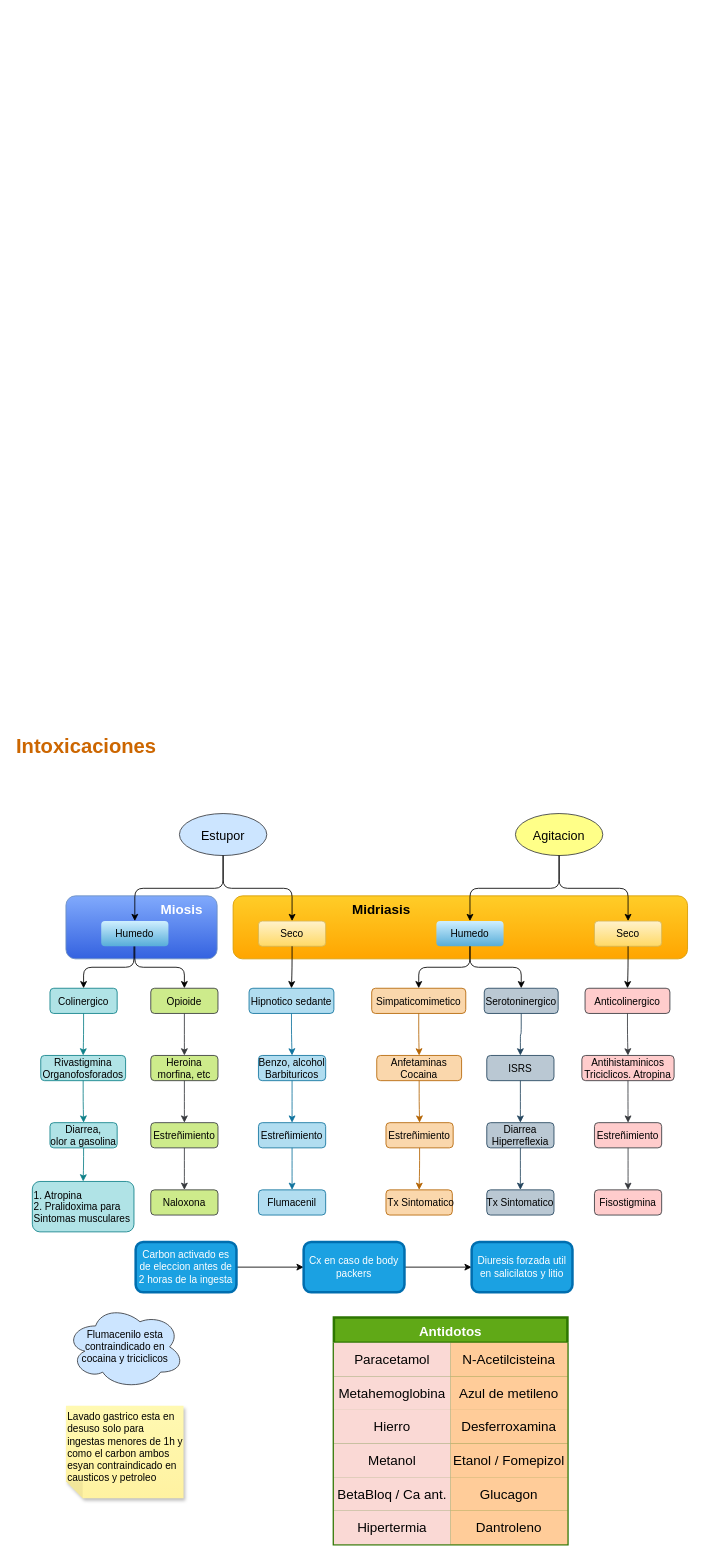
The draw.io diagram Untitled Diagram.drawio in Santicabal/Apuntes, before the edit. Source tidied: cells renumbered, new cells numbered last; positions are measured from the earlier drawing's top-left corner, leaving out a move shared by most shapes. Both pictures are drawn from the tidied source at 84%, with x=0, y=0 at pixel (14, 729).
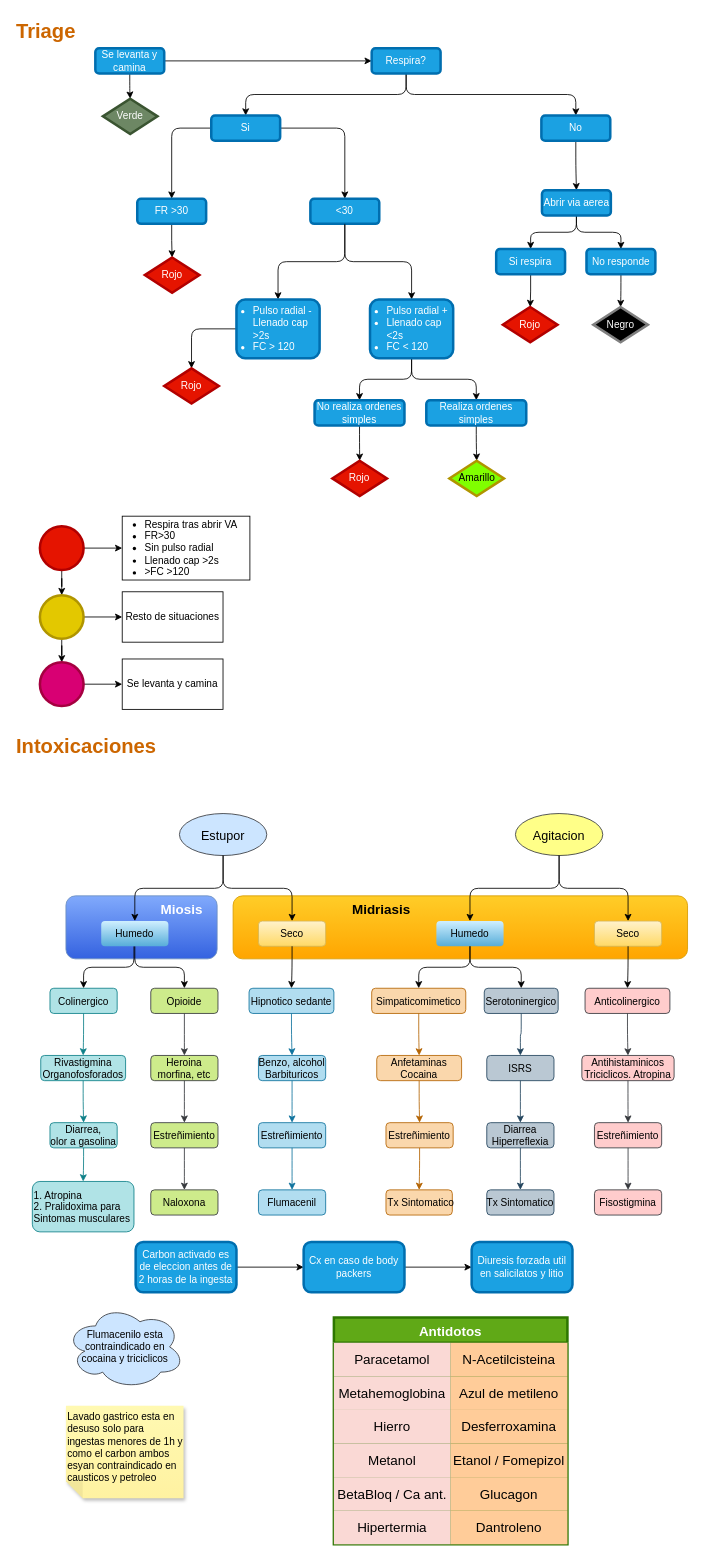
The same page after the edit.

The edit, as a diff of the source:
```diff
@@
+    <mxCell id="90" value="Triage" style="text;strokeColor=none;fillColor=none;html=1;fontSize=24;fontStyle=1;verticalAlign=middle;align=left;fontColor=#CC6600;" parent="1" vertex="1">
+      <mxGeometry y="-851" width="180" height="40" as="geometry" />
+    </mxCell>
+    <mxCell id="91" style="edgeStyle=orthogonalEdgeStyle;rounded=1;jettySize=auto;html=1;" parent="1" edge="1" source="93" target="96">
+      <mxGeometry relative="1" as="geometry" />
+    </mxCell>
+    <mxCell id="92" style="edgeStyle=orthogonalEdgeStyle;rounded=1;jettySize=auto;html=1;" parent="1" edge="1" source="93" target="116">
+      <mxGeometry relative="1" as="geometry" />
+    </mxCell>
+    <mxCell id="93" value="Se levanta y camina" style="rounded=1;whiteSpace=wrap;html=1;fillColor=#1ba1e2;fontColor=#ffffff;strokeColor=#006EAF;strokeWidth=3;" parent="1" vertex="1">
+      <mxGeometry x="96" y="-811" width="82" height="30" as="geometry" />
+    </mxCell>
+    <mxCell id="94" style="edgeStyle=orthogonalEdgeStyle;rounded=1;jettySize=auto;html=1;exitX=0.5;exitY=1;exitDx=0;exitDy=0;" parent="1" edge="1" source="96" target="99">
+      <mxGeometry relative="1" as="geometry" />
+    </mxCell>
+    <mxCell id="95" style="edgeStyle=orthogonalEdgeStyle;rounded=1;jettySize=auto;html=1;exitX=0.5;exitY=1;exitDx=0;exitDy=0;" parent="1" edge="1" source="96" target="101">
+      <mxGeometry relative="1" as="geometry" />
+    </mxCell>
+    <mxCell id="96" value="Respira?" style="rounded=1;whiteSpace=wrap;html=1;fillColor=#1ba1e2;fontColor=#ffffff;strokeColor=#006EAF;strokeWidth=3;" parent="1" vertex="1">
+      <mxGeometry x="425" y="-811" width="82" height="30" as="geometry" />
+    </mxCell>
+    <mxCell id="97" style="edgeStyle=orthogonalEdgeStyle;rounded=1;jettySize=auto;html=1;" parent="1" edge="1" source="99" target="103">
+      <mxGeometry relative="1" as="geometry" />
+    </mxCell>
+    <mxCell id="98" style="edgeStyle=orthogonalEdgeStyle;rounded=1;jettySize=auto;html=1;" parent="1" edge="1" source="99" target="105">
+      <mxGeometry relative="1" as="geometry" />
+    </mxCell>
+    <mxCell id="99" value="Si" style="rounded=1;whiteSpace=wrap;html=1;fillColor=#1ba1e2;fontColor=#ffffff;strokeColor=#006EAF;strokeWidth=3;" parent="1" vertex="1">
+      <mxGeometry x="234" y="-731" width="82" height="30" as="geometry" />
+    </mxCell>
+    <mxCell id="100" style="edgeStyle=orthogonalEdgeStyle;rounded=1;jettySize=auto;html=1;exitX=0.5;exitY=1;exitDx=0;exitDy=0;" parent="1" edge="1" source="101" target="108">
+      <mxGeometry relative="1" as="geometry" />
+    </mxCell>
+    <mxCell id="101" value="No" style="rounded=1;whiteSpace=wrap;html=1;fillColor=#1ba1e2;fontColor=#ffffff;strokeColor=#006EAF;strokeWidth=3;" parent="1" vertex="1">
+      <mxGeometry x="627" y="-731" width="82" height="30" as="geometry" />
+    </mxCell>
+    <mxCell id="102" style="edgeStyle=orthogonalEdgeStyle;rounded=0;jettySize=auto;html=1;" parent="1" edge="1" source="103" target="115">
+      <mxGeometry relative="1" as="geometry" />
+    </mxCell>
+    <mxCell id="103" value="FR &amp;gt;30" style="rounded=1;whiteSpace=wrap;html=1;fillColor=#1ba1e2;strokeColor=#006EAF;fontColor=#ffffff;strokeWidth=3;" parent="1" vertex="1">
+      <mxGeometry x="145.9" y="-632" width="82" height="30" as="geometry" />
+    </mxCell>
+    <mxCell id="104" style="edgeStyle=orthogonalEdgeStyle;rounded=1;jettySize=auto;html=1;" parent="1" edge="1" source="105" target="120">
+      <mxGeometry relative="1" as="geometry" />
+    </mxCell>
+    <mxCell id="105" value="&amp;lt;30" style="rounded=1;whiteSpace=wrap;html=1;fillColor=#1ba1e2;fontColor=#ffffff;strokeColor=#006EAF;strokeWidth=3;" parent="1" vertex="1">
+      <mxGeometry x="352" y="-632" width="82" height="30" as="geometry" />
+    </mxCell>
+    <mxCell id="106" style="edgeStyle=orthogonalEdgeStyle;rounded=1;jettySize=auto;html=1;" parent="1" edge="1" source="108" target="110">
+      <mxGeometry relative="1" as="geometry" />
+    </mxCell>
+    <mxCell id="107" style="edgeStyle=orthogonalEdgeStyle;rounded=1;jettySize=auto;html=1;" parent="1" edge="1" source="108" target="112">
+      <mxGeometry relative="1" as="geometry" />
+    </mxCell>
+    <mxCell id="108" value="Abrir via aerea" style="rounded=1;whiteSpace=wrap;html=1;fillColor=#1ba1e2;fontColor=#ffffff;strokeColor=#006EAF;strokeWidth=3;" parent="1" vertex="1">
+      <mxGeometry x="627.7" y="-642" width="82" height="30" as="geometry" />
+    </mxCell>
+    <mxCell id="109" style="edgeStyle=orthogonalEdgeStyle;rounded=0;jettySize=auto;html=1;entryX=0.5;entryY=0;entryDx=0;entryDy=0;" parent="1" edge="1" source="110" target="114">
+      <mxGeometry relative="1" as="geometry" />
+    </mxCell>
+    <mxCell id="110" value="Si respira" style="rounded=1;whiteSpace=wrap;html=1;fillColor=#1ba1e2;fontColor=#ffffff;strokeColor=#006EAF;strokeWidth=3;" parent="1" vertex="1">
+      <mxGeometry x="573.2" y="-572" width="82" height="30" as="geometry" />
+    </mxCell>
+    <mxCell id="111" style="edgeStyle=orthogonalEdgeStyle;rounded=1;jettySize=auto;html=1;" parent="1" edge="1" source="112" target="113">
+      <mxGeometry relative="1" as="geometry" />
+    </mxCell>
+    <mxCell id="112" value="No responde" style="rounded=1;whiteSpace=wrap;html=1;fillColor=#1ba1e2;fontColor=#ffffff;strokeColor=#006EAF;strokeWidth=3;" parent="1" vertex="1">
+      <mxGeometry x="680.7" y="-572" width="82" height="30" as="geometry" />
+    </mxCell>
+    <mxCell id="113" value="Negro" style="rounded=0;whiteSpace=wrap;html=1;shape=rhombus;perimeter=rhombusPerimeter;fillColor=#000000;fontColor=#FFFFFF;strokeColor=#808080;strokeWidth=3;" parent="1" vertex="1">
+      <mxGeometry x="688.8" y="-503" width="65" height="42" as="geometry" />
+    </mxCell>
+    <mxCell id="114" value="Rojo" style="rounded=0;whiteSpace=wrap;html=1;shape=rhombus;perimeter=rhombusPerimeter;fillColor=#e51400;fontColor=#ffffff;strokeColor=#B20000;strokeWidth=3;" parent="1" vertex="1">
+      <mxGeometry x="581.2" y="-503" width="65" height="42" as="geometry" />
+    </mxCell>
+    <mxCell id="115" value="Rojo" style="rounded=0;whiteSpace=wrap;html=1;shape=rhombus;perimeter=rhombusPerimeter;fillColor=#e51400;fontColor=#ffffff;strokeColor=#B20000;strokeWidth=3;" parent="1" vertex="1">
+      <mxGeometry x="154.9" y="-562" width="65" height="42" as="geometry" />
+    </mxCell>
+    <mxCell id="116" value="Verde" style="rounded=0;whiteSpace=wrap;html=1;shape=rhombus;perimeter=rhombusPerimeter;fillColor=#6d8764;fontColor=#ffffff;strokeColor=#3A5431;strokeWidth=3;" parent="1" vertex="1">
+      <mxGeometry x="105" y="-751" width="65" height="42" as="geometry" />
+    </mxCell>
+    <mxCell id="117" style="edgeStyle=orthogonalEdgeStyle;rounded=1;jettySize=auto;html=1;exitX=0.5;exitY=1;exitDx=0;exitDy=0;" parent="1" edge="1" source="105" target="122">
+      <mxGeometry relative="1" as="geometry" />
+    </mxCell>
+    <mxCell id="118" style="edgeStyle=orthogonalEdgeStyle;rounded=1;jettySize=auto;html=1;entryX=0.5;entryY=0;entryDx=0;entryDy=0;" parent="1" edge="1" source="120" target="125">
+      <mxGeometry relative="1" as="geometry" />
+    </mxCell>
+    <mxCell id="119" style="edgeStyle=orthogonalEdgeStyle;rounded=1;jettySize=auto;html=1;entryX=0.5;entryY=0;entryDx=0;entryDy=0;" parent="1" edge="1" source="120" target="128">
+      <mxGeometry relative="1" as="geometry" />
+    </mxCell>
+    <mxCell id="120" value="&lt;ul&gt;&lt;li&gt;Pulso radial +&lt;/li&gt;&lt;li&gt;Llenado cap &amp;lt;2s&lt;/li&gt;&lt;li&gt;FC &amp;lt; 120&lt;/li&gt;&lt;/ul&gt;" style="rounded=1;whiteSpace=wrap;html=1;align=left;spacingLeft=-22;fillColor=#1ba1e2;fontColor=#ffffff;strokeColor=#006EAF;strokeWidth=3;" parent="1" vertex="1">
+      <mxGeometry x="423" y="-512" width="99" height="70" as="geometry" />
+    </mxCell>
+    <mxCell id="121" style="edgeStyle=orthogonalEdgeStyle;rounded=1;jettySize=auto;html=1;" parent="1" edge="1" source="122" target="123">
+      <mxGeometry relative="1" as="geometry" />
+    </mxCell>
+    <mxCell id="122" value="&lt;ul&gt;&lt;li&gt;Pulso radial -Llenado cap &amp;gt;2s&lt;/li&gt;&lt;li&gt;FC &amp;gt; 120&lt;/li&gt;&lt;/ul&gt;" style="rounded=1;whiteSpace=wrap;html=1;align=left;spacingLeft=-22;fillColor=#1ba1e2;fontColor=#ffffff;strokeColor=#006EAF;strokeWidth=3;" parent="1" vertex="1">
+      <mxGeometry x="264" y="-512" width="99" height="70" as="geometry" />
+    </mxCell>
+    <mxCell id="123" value="Rojo" style="rounded=0;whiteSpace=wrap;html=1;shape=rhombus;perimeter=rhombusPerimeter;fillColor=#e51400;fontColor=#ffffff;strokeColor=#B20000;strokeWidth=3;" parent="1" vertex="1">
+      <mxGeometry x="178" y="-430" width="65" height="42" as="geometry" />
+    </mxCell>
+    <mxCell id="124" style="edgeStyle=orthogonalEdgeStyle;rounded=1;jettySize=auto;html=1;" parent="1" edge="1" source="125" target="126">
+      <mxGeometry relative="1" as="geometry" />
+    </mxCell>
+    <mxCell id="125" value="Realiza ordenes simples" style="rounded=1;whiteSpace=wrap;html=1;fillColor=#1ba1e2;fontColor=#ffffff;strokeColor=#006EAF;strokeWidth=3;" parent="1" vertex="1">
+      <mxGeometry x="490" y="-392" width="119" height="30" as="geometry" />
+    </mxCell>
+    <mxCell id="126" value="Amarillo" style="rounded=0;whiteSpace=wrap;html=1;shape=rhombus;perimeter=rhombusPerimeter;fillColor=#80FF00;fontColor=#000000;strokeColor=#B09500;strokeWidth=3;" parent="1" vertex="1">
+      <mxGeometry x="517.5" y="-320" width="65" height="42" as="geometry" />
+    </mxCell>
+    <mxCell id="127" style="edgeStyle=orthogonalEdgeStyle;rounded=1;jettySize=auto;html=1;" parent="1" edge="1" source="128" target="129">
+      <mxGeometry relative="1" as="geometry" />
+    </mxCell>
+    <mxCell id="128" value="No realiza ordenes simples" style="rounded=1;whiteSpace=wrap;html=1;fillColor=#1ba1e2;fontColor=#ffffff;strokeColor=#006EAF;strokeWidth=3;" parent="1" vertex="1">
+      <mxGeometry x="357" y="-392" width="107" height="30" as="geometry" />
+    </mxCell>
+    <mxCell id="129" value="Rojo" style="rounded=0;whiteSpace=wrap;html=1;shape=rhombus;perimeter=rhombusPerimeter;fillColor=#e51400;fontColor=#ffffff;strokeColor=#B20000;strokeWidth=3;" parent="1" vertex="1">
+      <mxGeometry x="378.2" y="-320" width="65" height="42" as="geometry" />
+    </mxCell>
+    <mxCell id="130" style="edgeStyle=orthogonalEdgeStyle;rounded=0;jettySize=auto;html=1;" parent="1" edge="1" source="132" target="135">
+      <mxGeometry relative="1" as="geometry" />
+    </mxCell>
+    <mxCell id="131" style="edgeStyle=orthogonalEdgeStyle;rounded=0;jettySize=auto;html=1;" parent="1" edge="1" source="132" target="138">
+      <mxGeometry relative="1" as="geometry" />
+    </mxCell>
+    <mxCell id="132" style="ellipse;whiteSpace=wrap;html=1;strokeWidth=3;fillColor=#e51400;fontColor=#ffffff;strokeColor=#B20000;" parent="1" vertex="1">
+      <mxGeometry x="30" y="-242" width="52" height="52" as="geometry" />
+    </mxCell>
+    <mxCell id="133" style="edgeStyle=orthogonalEdgeStyle;rounded=0;jettySize=auto;html=1;" parent="1" edge="1" source="135" target="137">
+      <mxGeometry relative="1" as="geometry" />
+    </mxCell>
+    <mxCell id="134" style="edgeStyle=orthogonalEdgeStyle;rounded=0;jettySize=auto;html=1;" parent="1" edge="1" source="135" target="139">
+      <mxGeometry relative="1" as="geometry" />
+    </mxCell>
+    <mxCell id="135" style="ellipse;whiteSpace=wrap;html=1;strokeWidth=3;fillColor=#e3c800;fontColor=#000000;strokeColor=#B09500;" parent="1" vertex="1">
+      <mxGeometry x="30" y="-160" width="52" height="52" as="geometry" />
+    </mxCell>
+    <mxCell id="136" style="edgeStyle=orthogonalEdgeStyle;rounded=0;jettySize=auto;html=1;" parent="1" edge="1" source="137" target="140">
+      <mxGeometry relative="1" as="geometry" />
+    </mxCell>
+    <mxCell id="137" style="ellipse;whiteSpace=wrap;html=1;strokeWidth=3;fillColor=#d80073;fontColor=#ffffff;strokeColor=#A50040;" parent="1" vertex="1">
+      <mxGeometry x="30" y="-80" width="52" height="52" as="geometry" />
+    </mxCell>
+    <mxCell id="138" value="&lt;ul&gt;&lt;li&gt;Respira tras abrir VA&lt;/li&gt;&lt;li&gt;FR&amp;gt;30&lt;/li&gt;&lt;li&gt;Sin pulso radial&lt;/li&gt;&lt;li&gt;Llenado cap &amp;gt;2s&lt;/li&gt;&lt;li&gt;&amp;gt;FC &amp;gt;120&lt;/li&gt;&lt;/ul&gt;" style="whiteSpace=wrap;html=1;spacingLeft=-15;align=left;" parent="1" vertex="1">
+      <mxGeometry x="128" y="-254" width="152" height="76" as="geometry" />
+    </mxCell>
+    <mxCell id="139" value="Resto de situaciones" style="whiteSpace=wrap;html=1;" parent="1" vertex="1">
+      <mxGeometry x="128" y="-164" width="120" height="60" as="geometry" />
+    </mxCell>
+    <mxCell id="140" value="Se levanta y camina" style="whiteSpace=wrap;html=1;" parent="1" vertex="1">
+      <mxGeometry x="128" y="-84" width="120" height="60" as="geometry" />
+    </mxCell>
```
